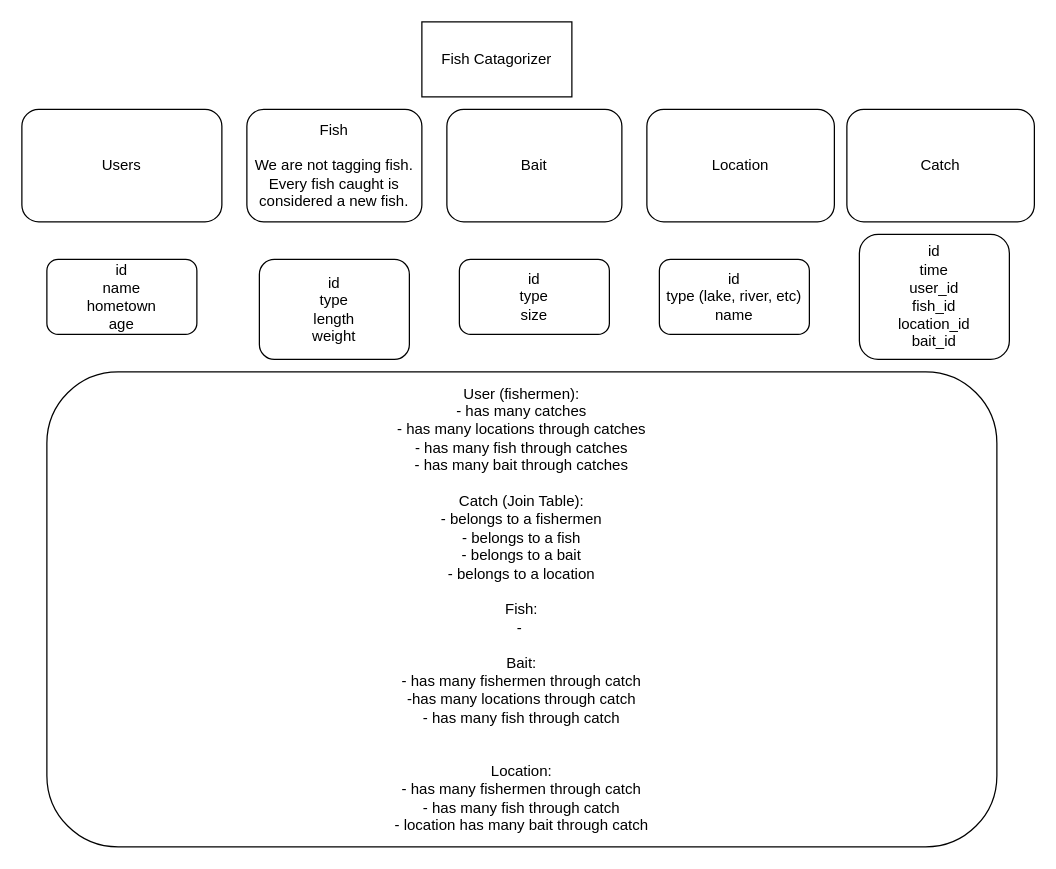
This is FishCatalogProjectOutline.drawio from ChrisBaum89/Sinatra_Portfolio_Project, a draw.io file, before an edit. Source tidied: cells renumbered, new cells numbered last; positions are measured from the earlier drawing's top-left corner, leaving out a move shared by most shapes. Both pictures are drawn from the tidied source at 125%, with x=0, y=0 at pixel (21, 21).
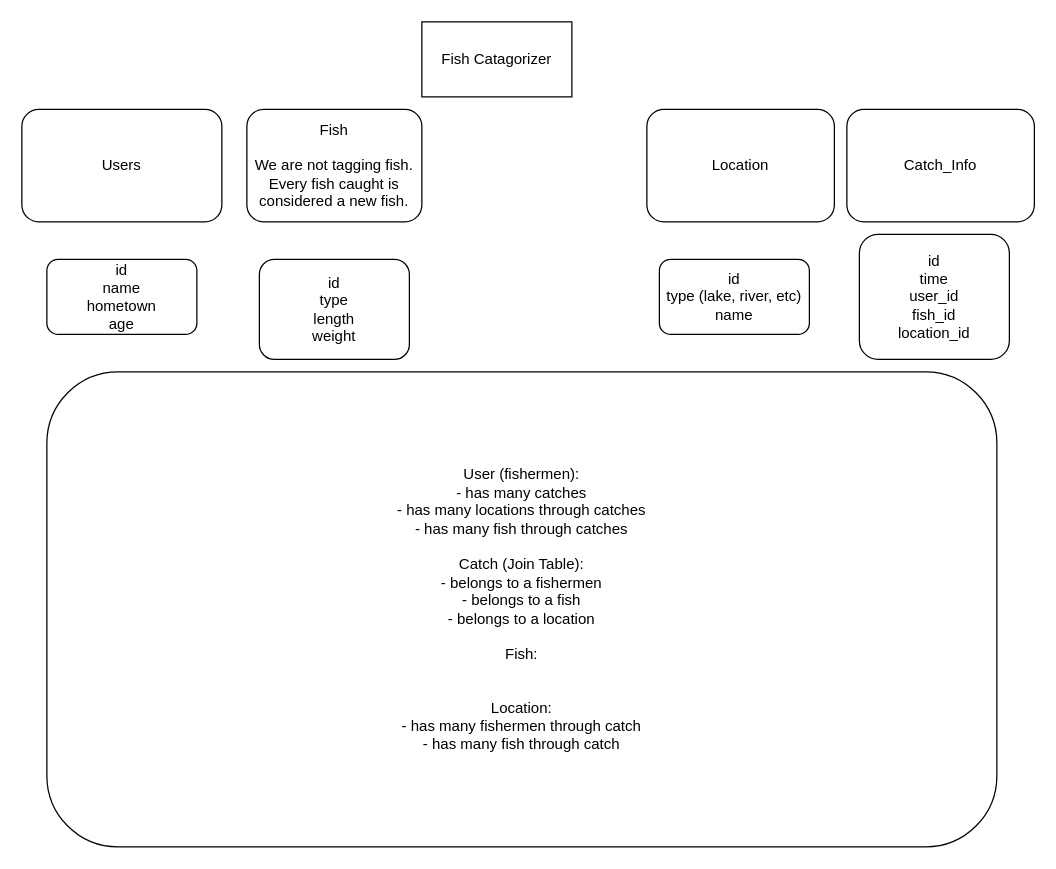
The same diagram, later.

Change to the diagram source:
```diff
@@
 <mxGraphModel>
   <root>
     <mxCell id="0" />
     <mxCell id="1" parent="0" />
     <mxCell id="2" value="Fish Catagorizer" style="rounded=0;whiteSpace=wrap;html=1;" parent="1" vertex="1">
       <mxGeometry x="320" width="120" height="60" as="geometry" />
     </mxCell>
     <mxCell id="3" value="Users" style="rounded=1;whiteSpace=wrap;html=1;" parent="1" vertex="1">
       <mxGeometry y="70" width="160" height="90" as="geometry" />
     </mxCell>
     <mxCell id="4" value="Fish&lt;br&gt;&lt;br&gt;We are not tagging fish. Every fish caught is considered a new fish." style="rounded=1;whiteSpace=wrap;html=1;" parent="1" vertex="1">
       <mxGeometry x="180" y="70" width="140" height="90" as="geometry" />
     </mxCell>
     <mxCell id="5" value="Location" style="rounded=1;whiteSpace=wrap;html=1;" parent="1" vertex="1">
       <mxGeometry x="500" y="70" width="150" height="90" as="geometry" />
     </mxCell>
-    <mxCell id="6" value="Bait" style="rounded=1;whiteSpace=wrap;html=1;" parent="1" vertex="1">
-      <mxGeometry x="340" y="70" width="140" height="90" as="geometry" />
-    </mxCell>
     <mxCell id="7" value="id&lt;br&gt;name&lt;br&gt;hometown&lt;br&gt;age" style="rounded=1;whiteSpace=wrap;html=1;" parent="1" vertex="1">
       <mxGeometry x="20" y="190" width="120" height="60" as="geometry" />
     </mxCell>
     <mxCell id="8" value="id&lt;br&gt;type&lt;br&gt;length&lt;br&gt;weight" style="rounded=1;whiteSpace=wrap;html=1;" parent="1" vertex="1">
       <mxGeometry x="190" y="190" width="120" height="80" as="geometry" />
     </mxCell>
-    <mxCell id="9" value="id&lt;br&gt;type&lt;br&gt;size" style="rounded=1;whiteSpace=wrap;html=1;" parent="1" vertex="1">
-      <mxGeometry x="350" y="190" width="120" height="60" as="geometry" />
-    </mxCell>
     <mxCell id="10" value="id&lt;br&gt;type (lake, river, etc)&lt;br&gt;name" style="rounded=1;whiteSpace=wrap;html=1;" parent="1" vertex="1">
       <mxGeometry x="510" y="190" width="120" height="60" as="geometry" />
     </mxCell>
-    <mxCell id="11" value="Catch" style="rounded=1;whiteSpace=wrap;html=1;" parent="1" vertex="1">
+    <mxCell id="11" value="Catch_Info" style="rounded=1;whiteSpace=wrap;html=1;" parent="1" vertex="1">
       <mxGeometry x="660" y="70" width="150" height="90" as="geometry" />
     </mxCell>
-    <mxCell id="12" value="id&lt;br&gt;time&lt;br&gt;user_id&lt;br&gt;fish_id&lt;br&gt;location_id&lt;br&gt;bait_id" style="rounded=1;whiteSpace=wrap;html=1;" parent="1" vertex="1">
+    <mxCell id="12" value="id&lt;br&gt;time&lt;br&gt;user_id&lt;br&gt;fish_id&lt;br&gt;location_id" style="rounded=1;whiteSpace=wrap;html=1;" parent="1" vertex="1">
       <mxGeometry x="670" y="170" width="120" height="100" as="geometry" />
     </mxCell>
-    <mxCell id="13" value="User (fishermen):&lt;br&gt;- has many catches&lt;br&gt;- has many locations through catches&lt;br&gt;- has many fish through catches&lt;br&gt;- has many bait through catches&lt;br&gt;&lt;br&gt;Catch (Join Table):&lt;br&gt;- belongs to a fishermen&lt;br&gt;- belongs to a fish&lt;br&gt;- belongs to a bait&lt;br&gt;- belongs to a location&lt;br&gt;&lt;br&gt;Fish:&lt;br&gt;-&amp;nbsp;&lt;br&gt;&lt;br&gt;Bait:&lt;br&gt;- has many fishermen through catch&lt;br&gt;-has many locations through catch&lt;br&gt;- has many fish through catch&lt;br&gt;&lt;br&gt;&lt;br&gt;Location:&lt;br&gt;- has many fishermen through catch&lt;br&gt;- has many fish through catch&lt;br&gt;- location has many bait through catch&lt;br&gt;" style="rounded=1;whiteSpace=wrap;html=1;" parent="1" vertex="1">
+    <mxCell id="13" value="User (fishermen):&lt;br&gt;- has many catches&lt;br&gt;- has many locations through catches&lt;br&gt;- has many fish through catches&lt;br&gt;&lt;br&gt;Catch (Join Table):&lt;br&gt;- belongs to a fishermen&lt;br&gt;- belongs to a fish&lt;br&gt;- belongs to a location&lt;br&gt;&lt;br&gt;Fish:&lt;br&gt;&lt;br&gt;&lt;br&gt;Location:&lt;br&gt;- has many fishermen through catch&lt;br&gt;- has many fish through catch" style="rounded=1;whiteSpace=wrap;html=1;" parent="1" vertex="1">
       <mxGeometry x="20" y="280" width="760" height="380" as="geometry" />
     </mxCell>
   </root>
 </mxGraphModel>
```
